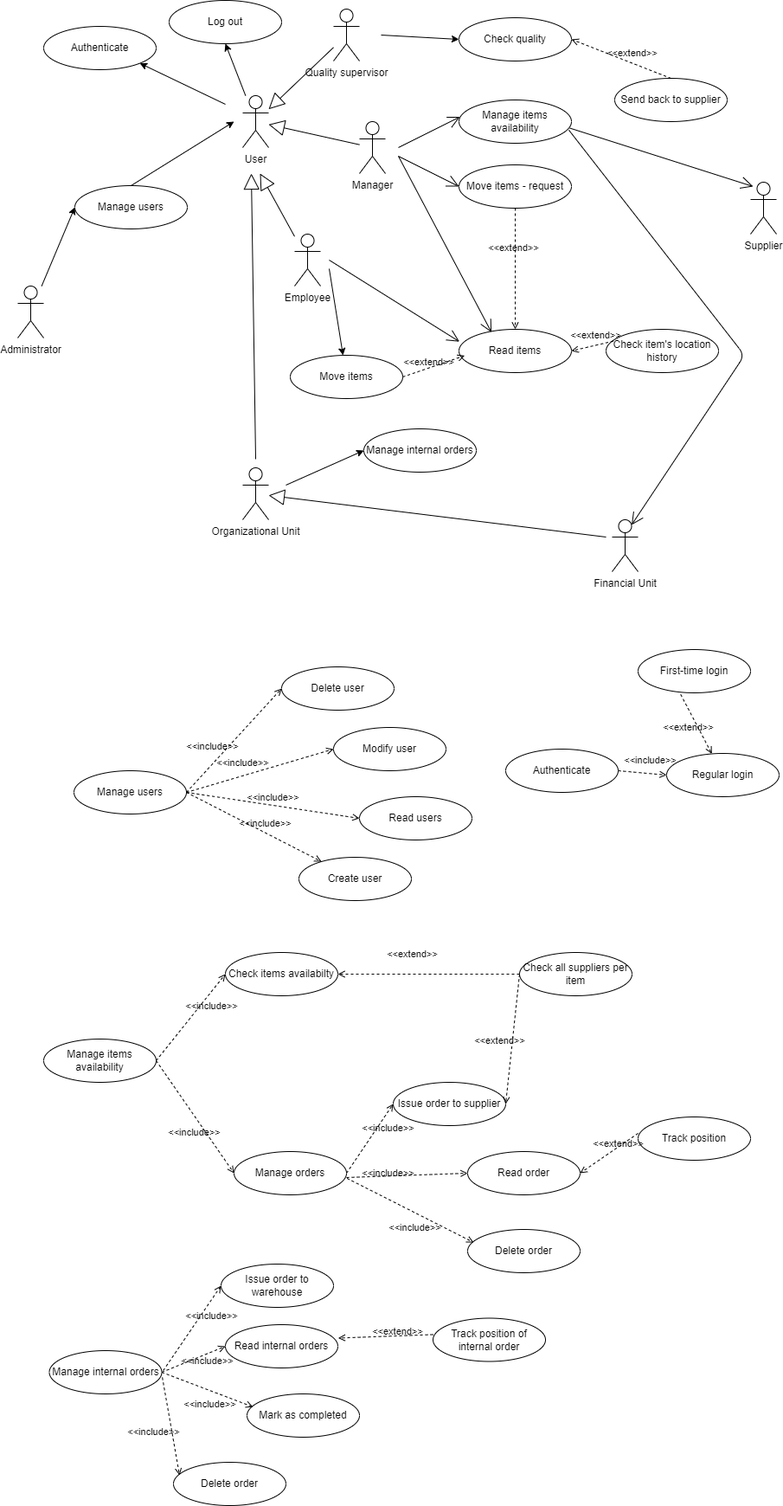
Earlier version of the draw.io export diagrams/UCDiagram.drawio.png (Guarecuco/EzWh). Source tidied: cells renumbered, new cells last; positions are measured from the earlier drawing's top-left corner, leaving out a move shared by most shapes.
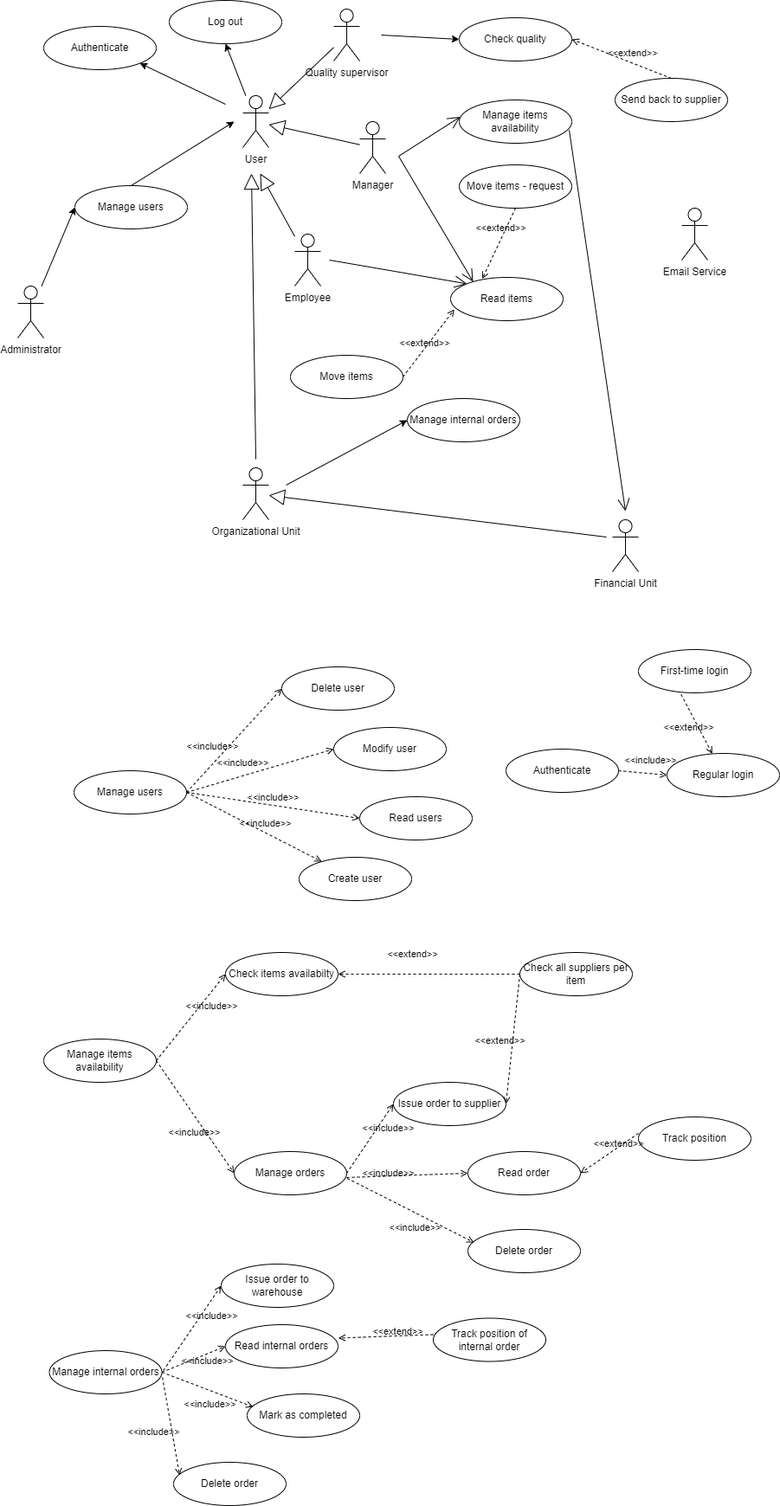
The same file after the commit.

Commit message:
fixes to UCs and UCs Diagram

Change to the diagram source:
```diff
@@ -62,7 +62,7 @@
     </mxCell>
     <mxCell id="20" style="endArrow=open;endFill=1;endSize=12;html=1;entryX=0.009;entryY=0.39;entryDx=0;entryDy=0;entryPerimeter=0;" parent="1" edge="1" target="19">
       <mxGeometry relative="1" as="geometry">
-        <mxPoint x="440" y="170" as="sourcePoint" />
+        <mxPoint x="440" y="180" as="sourcePoint" />
       </mxGeometry>
     </mxCell>
     <mxCell id="21" value="Manage items availability" style="ellipse;whiteSpace=wrap;html=1;" parent="1" vertex="1">
@@ -95,14 +95,6 @@
     <mxCell id="30" value="&amp;lt;&amp;lt;include&amp;gt;&amp;gt;" style="html=1;verticalAlign=bottom;labelBackgroundColor=none;endArrow=open;endFill=0;dashed=1;exitX=1;exitY=0.5;exitDx=0;exitDy=0;entryX=0;entryY=0.5;entryDx=0;entryDy=0;" parent="1" edge="1" source="21" target="29">
       <mxGeometry x="0.29" y="-16" relative="1" as="geometry" />
     </mxCell>
-    <mxCell id="31" value="Supplier" style="shape=umlActor;verticalLabelPosition=bottom;verticalAlign=top;html=1;" parent="1" vertex="1">
-      <mxGeometry x="847" y="210" width="30" height="60" as="geometry" />
-    </mxCell>
-    <mxCell id="32" style="endArrow=open;endFill=1;endSize=12;html=1;exitX=0.986;exitY=0.651;exitDx=0;exitDy=0;exitPerimeter=0;" parent="1" edge="1" source="19">
-      <mxGeometry relative="1" as="geometry">
-        <mxPoint x="850" y="215" as="targetPoint" />
-      </mxGeometry>
-    </mxCell>
     <mxCell id="33" value="Track position" style="ellipse;whiteSpace=wrap;html=1;" parent="1" vertex="1">
       <mxGeometry x="717" y="1290" width="130" height="50" as="geometry" />
     </mxCell>
@@ -156,7 +148,7 @@
       <mxGeometry x="-0.2" y="-2" relative="1" as="geometry" />
     </mxCell>
     <mxCell id="49" value="Manage internal orders" style="ellipse;whiteSpace=wrap;html=1;" parent="1" vertex="1">
-      <mxGeometry x="400" y="495" width="130" height="50" as="geometry" />
+      <mxGeometry x="450" y="460" width="130" height="50" as="geometry" />
     </mxCell>
     <mxCell id="50" value="Organizational Unit&lt;br&gt;" style="shape=umlActor;verticalLabelPosition=bottom;verticalAlign=top;html=1;outlineConnect=0;" parent="1" vertex="1">
       <mxGeometry x="260" y="540" width="30" height="60" as="geometry" />
@@ -210,26 +202,15 @@
     <mxCell id="64" value="Move items" style="ellipse;whiteSpace=wrap;html=1;" parent="1" vertex="1">
       <mxGeometry x="315" y="410" width="130" height="50" as="geometry" />
     </mxCell>
-    <mxCell id="65" style="endArrow=classic;html=1;" parent="1" edge="1" target="64">
-      <mxGeometry relative="1" as="geometry">
-        <mxPoint x="360" y="310" as="sourcePoint" />
-      </mxGeometry>
-    </mxCell>
     <mxCell id="66" value="Read items" style="ellipse;whiteSpace=wrap;html=1;" parent="1" vertex="1">
-      <mxGeometry x="510" y="380" width="130" height="50" as="geometry" />
+      <mxGeometry x="500" y="320" width="130" height="50" as="geometry" />
     </mxCell>
-    <mxCell id="67" value="Check item's location history" style="ellipse;whiteSpace=wrap;html=1;" parent="1" vertex="1">
-      <mxGeometry x="680" y="380" width="130" height="50" as="geometry" />
-    </mxCell>
-    <mxCell id="68" value="&amp;lt;&amp;lt;extend&amp;gt;&amp;gt;" style="html=1;verticalAlign=bottom;labelBackgroundColor=none;endArrow=open;endFill=0;dashed=1;exitX=0.064;exitY=0.273;exitDx=0;exitDy=0;entryX=1;entryY=0.5;entryDx=0;entryDy=0;exitPerimeter=0;" parent="1" edge="1" source="67" target="66">
-      <mxGeometry x="-0.2" y="-2" relative="1" as="geometry" />
-    </mxCell>
-    <mxCell id="69" style="endArrow=open;endFill=1;endSize=12;html=1;entryX=0.289;entryY=0.07;entryDx=0;entryDy=0;entryPerimeter=0;" parent="1" edge="1" target="66">
+    <mxCell id="69" style="endArrow=open;endFill=1;endSize=12;html=1;entryX=0.2;entryY=0.099;entryDx=0;entryDy=0;entryPerimeter=0;" parent="1" edge="1" target="66">
       <mxGeometry relative="1" as="geometry">
         <mxPoint x="440" y="180" as="sourcePoint" />
       </mxGeometry>
     </mxCell>
-    <mxCell id="70" style="endArrow=open;endFill=1;endSize=12;html=1;entryX=0.004;entryY=0.285;entryDx=0;entryDy=0;entryPerimeter=0;" parent="1" edge="1" target="66">
+    <mxCell id="70" style="endArrow=open;endFill=1;endSize=12;html=1;entryX=0;entryY=0;entryDx=0;entryDy=0;" parent="1" edge="1" target="66">
       <mxGeometry relative="1" as="geometry">
         <mxPoint x="360" y="300" as="sourcePoint" />
       </mxGeometry>
@@ -242,30 +223,23 @@
         <mxPoint x="680" y="620" as="sourcePoint" />
       </mxGeometry>
     </mxCell>
-    <mxCell id="73" style="endArrow=open;endFill=1;endSize=12;html=1;entryX=0.75;entryY=0.1;entryDx=0;entryDy=0;entryPerimeter=0;exitX=0.977;exitY=0.696;exitDx=0;exitDy=0;exitPerimeter=0;" parent="1" edge="1" source="19" target="71">
+    <mxCell id="73" style="endArrow=open;endFill=1;endSize=12;html=1;exitX=0.977;exitY=0.696;exitDx=0;exitDy=0;exitPerimeter=0;" parent="1" edge="1" source="19">
       <mxGeometry relative="1" as="geometry">
-        <Array as="points">
-          <mxPoint x="840" y="410" />
-        </Array>
+        <mxPoint x="702" y="590" as="targetPoint" />
       </mxGeometry>
     </mxCell>
     <mxCell id="74" value="Move items - request" style="ellipse;whiteSpace=wrap;html=1;" parent="1" vertex="1">
       <mxGeometry x="510" y="190" width="130" height="50" as="geometry" />
     </mxCell>
-    <mxCell id="75" style="endArrow=open;endFill=1;endSize=12;html=1;entryX=0;entryY=0.5;entryDx=0;entryDy=0;" parent="1" edge="1" target="74">
-      <mxGeometry relative="1" as="geometry">
-        <mxPoint x="440" y="180" as="sourcePoint" />
-      </mxGeometry>
-    </mxCell>
     <mxCell id="76" style="endArrow=classic;html=1;exitX=0.5;exitY=0;exitDx=0;exitDy=0;" parent="1" edge="1" source="2">
       <mxGeometry relative="1" as="geometry">
         <mxPoint x="250" y="140" as="targetPoint" />
       </mxGeometry>
     </mxCell>
-    <mxCell id="77" value="&amp;lt;&amp;lt;extend&amp;gt;&amp;gt;" style="html=1;verticalAlign=bottom;labelBackgroundColor=none;endArrow=open;endFill=0;dashed=1;exitX=0.5;exitY=1;exitDx=0;exitDy=0;entryX=0.5;entryY=0;entryDx=0;entryDy=0;" parent="1" edge="1" source="74" target="66">
+    <mxCell id="77" value="&amp;lt;&amp;lt;extend&amp;gt;&amp;gt;" style="html=1;verticalAlign=bottom;labelBackgroundColor=none;endArrow=open;endFill=0;dashed=1;exitX=0.5;exitY=1;exitDx=0;exitDy=0;entryX=0.281;entryY=0.034;entryDx=0;entryDy=0;entryPerimeter=0;" parent="1" edge="1" source="74" target="66">
       <mxGeometry x="-0.2" y="-2" relative="1" as="geometry" />
     </mxCell>
-    <mxCell id="78" value="&amp;lt;&amp;lt;extend&amp;gt;&amp;gt;" style="html=1;verticalAlign=bottom;labelBackgroundColor=none;endArrow=open;endFill=0;dashed=1;exitX=1;exitY=0.5;exitDx=0;exitDy=0;entryX=0.051;entryY=0.608;entryDx=0;entryDy=0;entryPerimeter=0;" parent="1" edge="1" source="64" target="66">
+    <mxCell id="78" value="&amp;lt;&amp;lt;extend&amp;gt;&amp;gt;" style="html=1;verticalAlign=bottom;labelBackgroundColor=none;endArrow=open;endFill=0;dashed=1;exitX=1;exitY=0.5;exitDx=0;exitDy=0;entryX=0.033;entryY=0.741;entryDx=0;entryDy=0;entryPerimeter=0;" parent="1" edge="1" source="64" target="66">
       <mxGeometry x="-0.2" y="-2" relative="1" as="geometry" />
     </mxCell>
     <mxCell id="79" style="endArrow=classic;html=1;entryX=0.5;entryY=1;entryDx=0;entryDy=0;" parent="1" edge="1" source="4" target="81">
@@ -285,5 +259,8 @@
         <mxPoint x="240" y="120" as="sourcePoint" />
       </mxGeometry>
     </mxCell>
+    <mxCell id="84" value="Email Service" style="shape=umlActor;verticalLabelPosition=bottom;verticalAlign=top;html=1;" parent="1" vertex="1">
+      <mxGeometry x="767" y="240" width="30" height="60" as="geometry" />
+    </mxCell>
   </root>
 </mxGraphModel>
```
